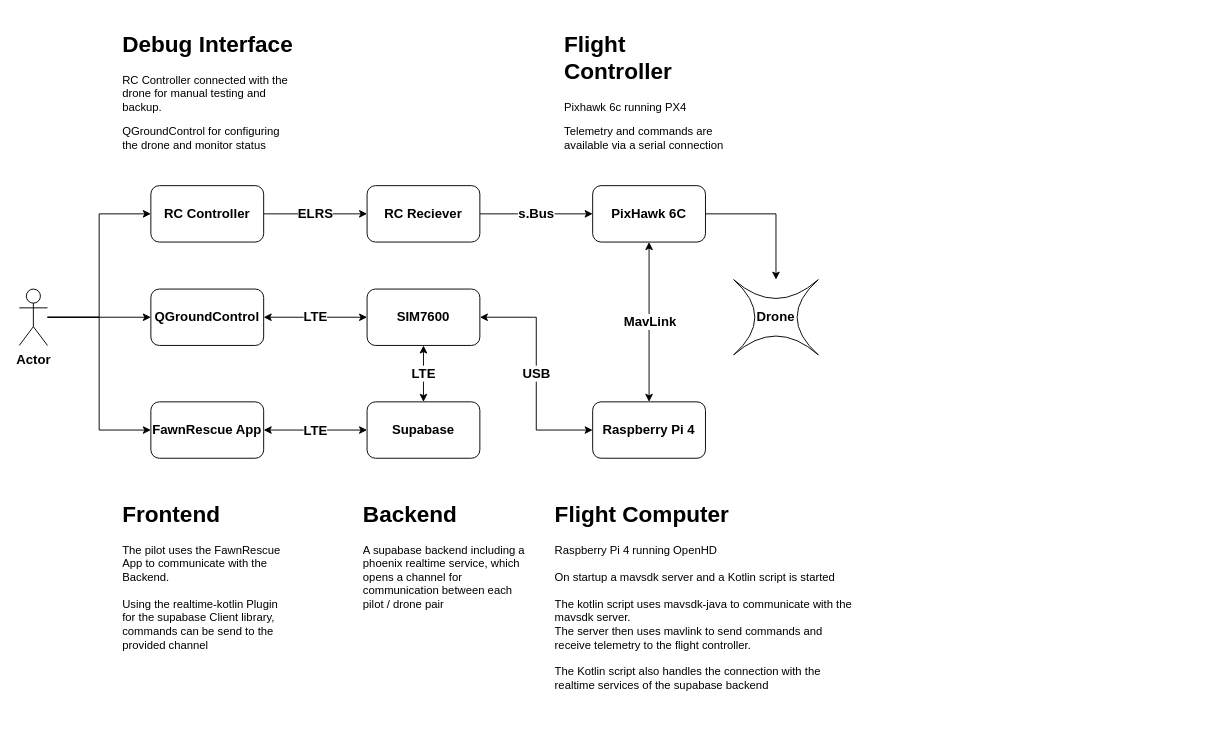
Above: Communication.drawio in FawnRescue/planning (draw.io), before the change. Source tidied: cells renumbered, new cells numbered last; positions are measured from the earlier drawing's top-left corner, leaving out a move shared by most shapes. Both pictures are drawn from the tidied source at 94%, with x=0, y=0 at pixel (19, 25).
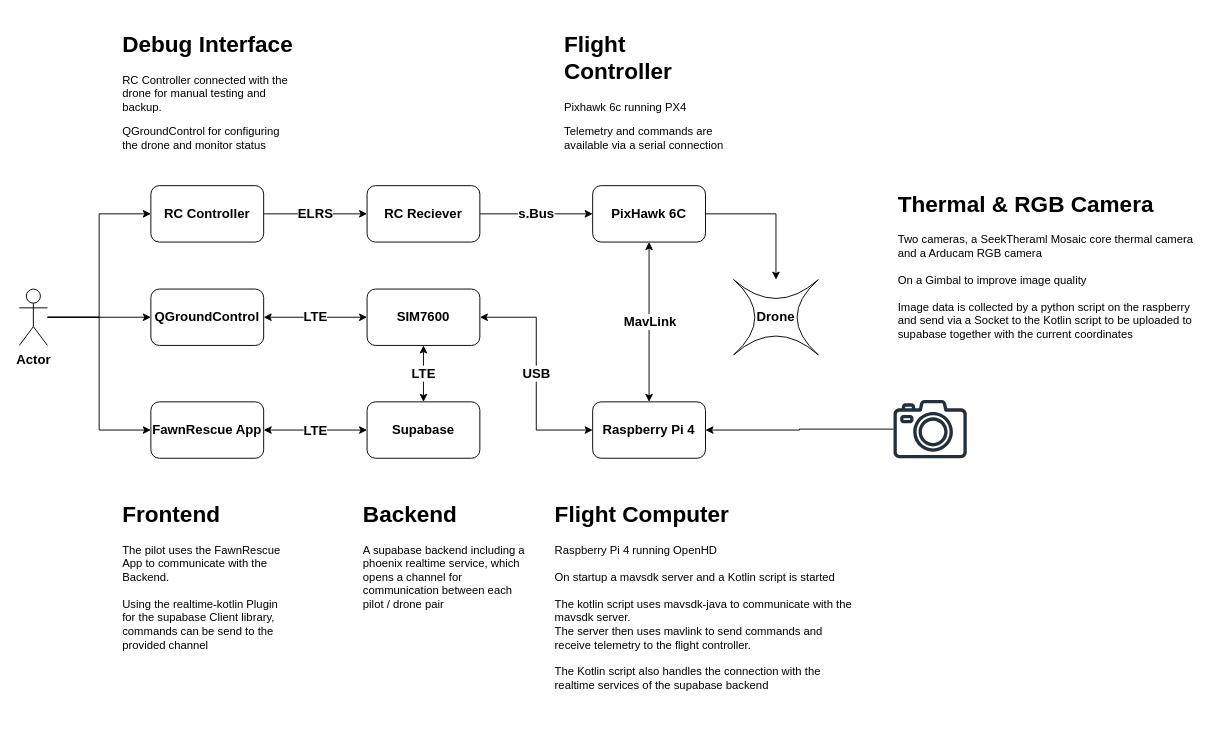
Above is the later version.

Unchanged cells that the change refers to:
```xml
<mxCell id="12" value="Raspberry Pi 4" style="rounded=1;whiteSpace=wrap;html=1;fontStyle=1;fontSize=14;" parent="1" vertex="1">
  <mxGeometry x="610" y="400" width="120" height="60" as="geometry" />
</mxCell>
```

The edit, as a diff of the source:
```diff
@@
+    <mxCell id="30" style="edgeStyle=orthogonalEdgeStyle;rounded=0;jettySize=auto;html=1;entryX=1;entryY=0.5;entryDx=0;entryDy=0;" parent="1" edge="1" source="31" target="12">
+      <mxGeometry relative="1" as="geometry" />
+    </mxCell>
+    <mxCell id="31" style="sketch=0;outlineConnect=0;fontColor=#232F3E;gradientColor=none;fillColor=#232F3D;strokeColor=none;dashed=0;verticalLabelPosition=bottom;verticalAlign=top;align=center;html=1;fontSize=12;fontStyle=0;shape=mxgraph.aws4.camera2;" parent="1" vertex="1">
+      <mxGeometry x="930" y="398" width="78" height="62" as="geometry" />
+    </mxCell>
+    <mxCell id="32" value="&lt;h1&gt;Thermal &amp;amp; RGB Camera &lt;br&gt;&lt;/h1&gt;Two cameras, a SeekTheraml Mosaic core thermal camera and a Arducam RGB camera&lt;br&gt;&lt;br&gt;On a Gimbal to improve image quality&lt;br&gt;&lt;br&gt;Image data is collected by a python script on the raspberry and send via a Socket to the Kotlin script to be uploaded to supabase together with the current coordinates" style="text;html=1;strokeColor=none;fillColor=none;spacing=5;spacingTop=-20;whiteSpace=wrap;overflow=hidden;rounded=0;" parent="1" vertex="1">
+      <mxGeometry x="930" y="170" width="330" height="260" as="geometry" />
+    </mxCell>
```
